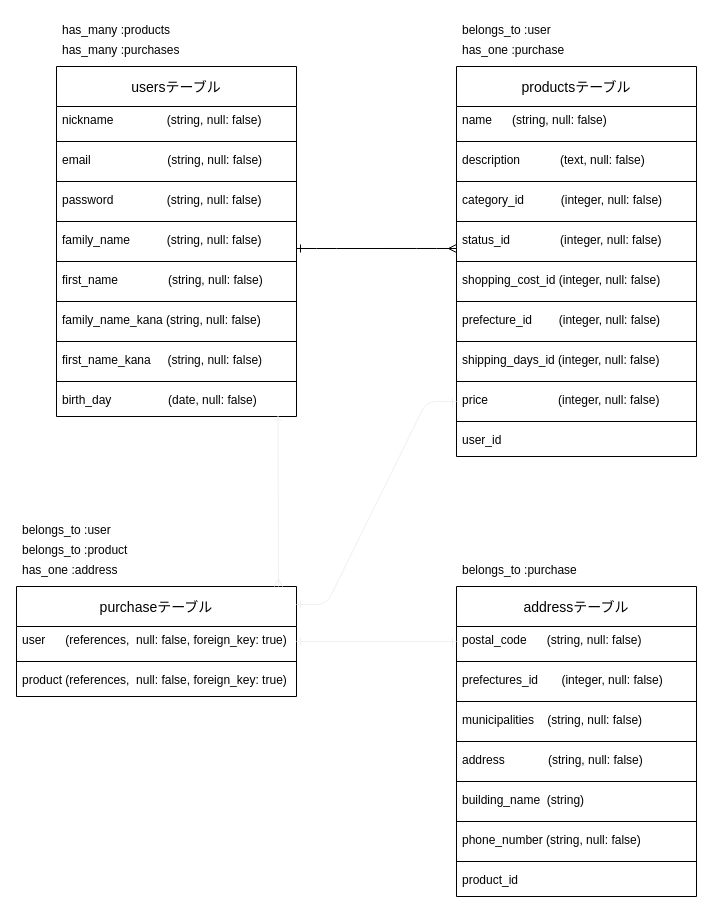
okurakota/furima-30558 keeps this draw.io diagram as ERD.dio. Above is the earlier version. Source tidied: cells renumbered, new cells numbered last; positions are measured from the earlier drawing's top-left corner, leaving out a move shared by most shapes. Both pictures are drawn from the tidied source at 100%, with x=0, y=0 at pixel (16, 16).
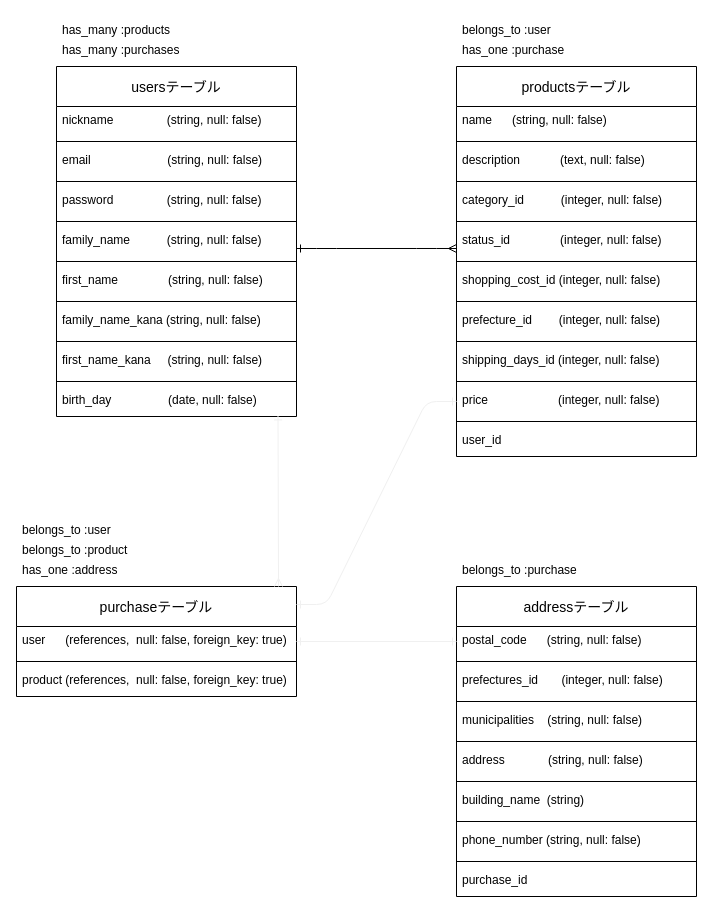
Above is the later version.

Commit message (it also covers changes not shown here):
product_idをpurchase_idに変更しました。

The change refers to these unchanged cells:
```xml
<mxCell id="41" value="addressテーブル" style="swimlane;fontStyle=0;horizontal=1;startSize=40;align=center;fontSize=14;" parent="1" vertex="1">
  <mxGeometry x="440" y="570" width="240" height="310" as="geometry" />
</mxCell>
```

What changed in the source:
```diff
@@
-    <mxCell id="54" value="product_id" style="text;strokeColor=none;fillColor=none;spacingLeft=4;spacingRight=4;overflow=hidden;fontSize=12;" parent="41" vertex="1">
+    <mxCell id="54" value="purchase_id" style="text;strokeColor=none;fillColor=none;spacingLeft=4;spacingRight=4;overflow=hidden;fontSize=12;" parent="41" vertex="1">
       <mxGeometry y="280" width="240" height="30" as="geometry" />
     </mxCell>
```
